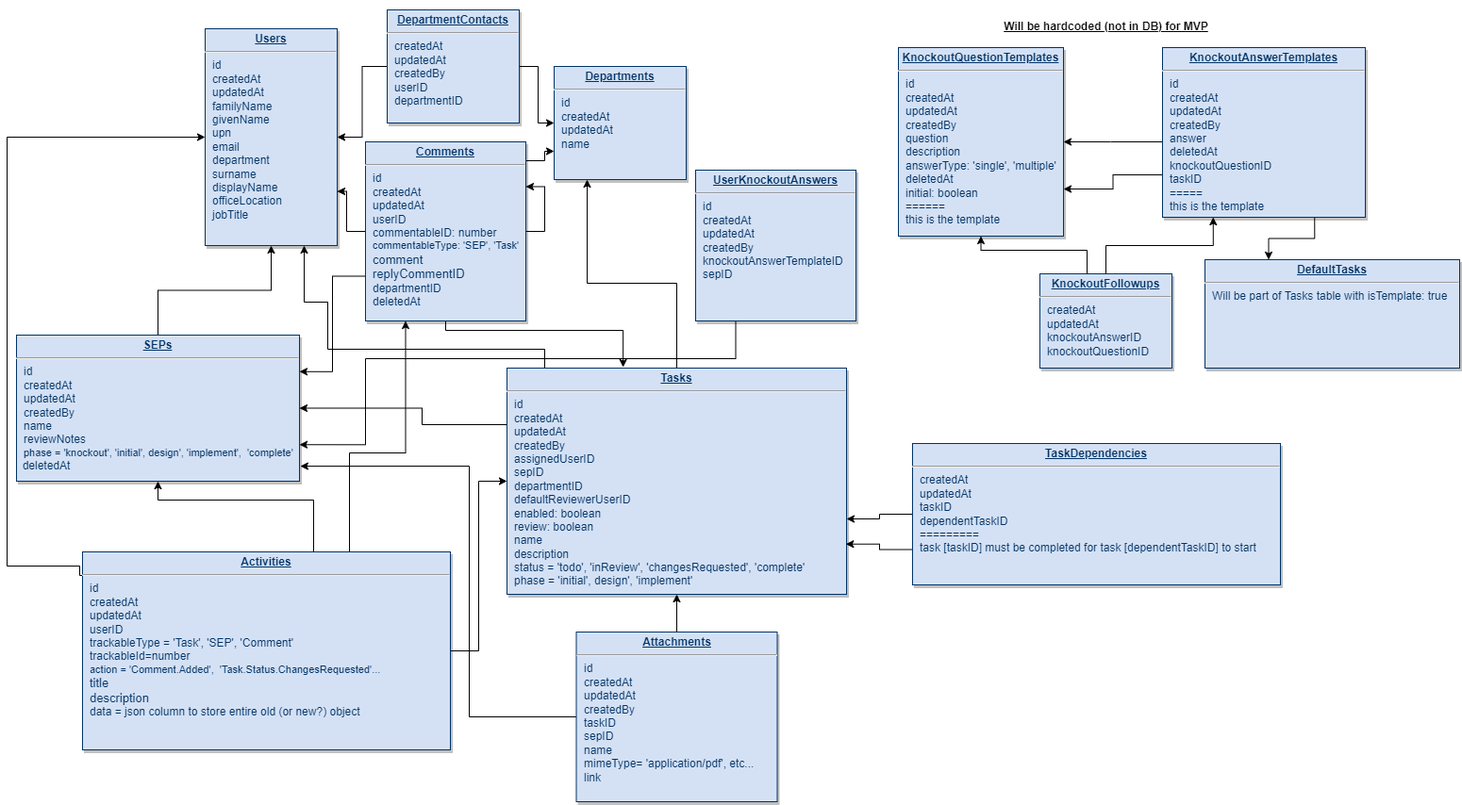
Above: docs/sep-database.drawio.png in BitCoyote/Solution-Enablement-Process (draw.io), before the change. Source tidied: cells renumbered, new cells last; positions are measured from the earlier drawing's top-left corner, leaving out a move shared by most shapes.
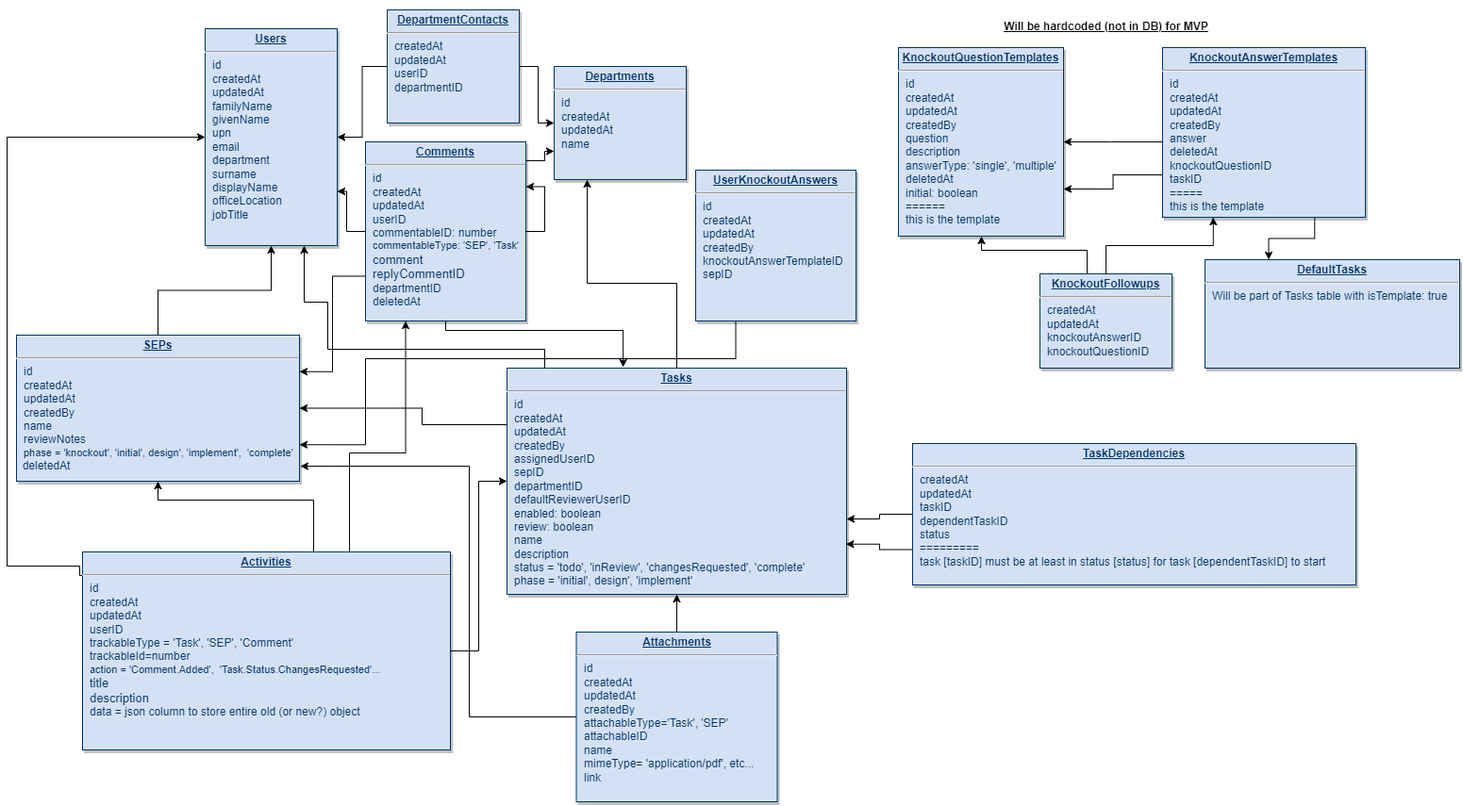
The same diagram one commit later.

Diff of the diagram source:
```diff
@@ -17,7 +17,7 @@
     <mxCell id="6" style="edgeStyle=orthogonalEdgeStyle;rounded=0;jettySize=auto;html=1;" parent="1" edge="1" source="7" target="2">
       <mxGeometry relative="1" as="geometry" />
     </mxCell>
-    <mxCell id="7" value="&lt;p style=&quot;margin: 0px; margin-top: 4px; text-align: center; text-decoration: underline;&quot;&gt;&lt;strong&gt;DepartmentContacts&lt;/strong&gt;&lt;/p&gt;&lt;hr&gt;&lt;p style=&quot;margin: 0px; margin-left: 8px;&quot;&gt;&lt;span style=&quot;background-color: initial;&quot;&gt;createdAt&lt;/span&gt;&lt;br&gt;&lt;/p&gt;&lt;p style=&quot;margin: 0px; margin-left: 8px;&quot;&gt;updatedAt&lt;/p&gt;&lt;p style=&quot;margin: 0px 0px 0px 8px;&quot;&gt;createdBy&lt;/p&gt;&lt;p style=&quot;margin: 0px; margin-left: 8px;&quot;&gt;userID&lt;/p&gt;&lt;p style=&quot;margin: 0px; margin-left: 8px;&quot;&gt;departmentID&lt;/p&gt;&lt;p style=&quot;margin: 0px; margin-left: 8px;&quot;&gt;&lt;br&gt;&lt;/p&gt;" style="verticalAlign=top;align=left;overflow=fill;fontSize=12;fontFamily=Helvetica;html=1;strokeColor=#003366;shadow=1;fillColor=#D4E1F5;fontColor=#003366;" parent="1" vertex="1">
+    <mxCell id="7" value="&lt;p style=&quot;margin: 0px; margin-top: 4px; text-align: center; text-decoration: underline;&quot;&gt;&lt;strong&gt;DepartmentContacts&lt;/strong&gt;&lt;/p&gt;&lt;hr&gt;&lt;p style=&quot;margin: 0px; margin-left: 8px;&quot;&gt;&lt;span style=&quot;background-color: initial;&quot;&gt;createdAt&lt;/span&gt;&lt;br&gt;&lt;/p&gt;&lt;p style=&quot;margin: 0px; margin-left: 8px;&quot;&gt;updatedAt&lt;/p&gt;&lt;p style=&quot;margin: 0px 0px 0px 8px;&quot;&gt;&lt;span style=&quot;background-color: initial;&quot;&gt;userID&lt;/span&gt;&lt;br&gt;&lt;/p&gt;&lt;p style=&quot;margin: 0px; margin-left: 8px;&quot;&gt;departmentID&lt;/p&gt;&lt;p style=&quot;margin: 0px; margin-left: 8px;&quot;&gt;&lt;br&gt;&lt;/p&gt;" style="verticalAlign=top;align=left;overflow=fill;fontSize=12;fontFamily=Helvetica;html=1;strokeColor=#003366;shadow=1;fillColor=#D4E1F5;fontColor=#003366;" parent="1" vertex="1">
       <mxGeometry x="403" y="10" width="140" height="120" as="geometry" />
     </mxCell>
     <mxCell id="8" style="edgeStyle=orthogonalEdgeStyle;rounded=0;jettySize=auto;html=1;entryX=0.25;entryY=1;entryDx=0;entryDy=0;" parent="1" edge="1" source="11" target="4">
@@ -61,7 +61,7 @@
         </Array>
       </mxGeometry>
     </mxCell>
-    <mxCell id="14" value="&lt;p style=&quot;margin: 0px; margin-top: 4px; text-align: center; text-decoration: underline;&quot;&gt;&lt;strong&gt;Attachments&lt;/strong&gt;&lt;/p&gt;&lt;hr&gt;&lt;p style=&quot;margin: 0px; margin-left: 8px;&quot;&gt;id&lt;/p&gt;&lt;p style=&quot;margin: 0px; margin-left: 8px;&quot;&gt;createdAt&lt;/p&gt;&lt;p style=&quot;margin: 0px; margin-left: 8px;&quot;&gt;updatedAt&lt;/p&gt;&lt;p style=&quot;margin: 0px; margin-left: 8px;&quot;&gt;createdBy&lt;/p&gt;&lt;p style=&quot;margin: 0px; margin-left: 8px;&quot;&gt;taskID&lt;/p&gt;&lt;p style=&quot;margin: 0px; margin-left: 8px;&quot;&gt;sepID&lt;/p&gt;&lt;p style=&quot;margin: 0px; margin-left: 8px;&quot;&gt;name&lt;/p&gt;&lt;p style=&quot;margin: 0px; margin-left: 8px;&quot;&gt;mimeType= 'application/pdf', etc...&lt;/p&gt;&lt;p style=&quot;margin: 0px; margin-left: 8px;&quot;&gt;link&lt;/p&gt;" style="verticalAlign=top;align=left;overflow=fill;fontSize=12;fontFamily=Helvetica;html=1;strokeColor=#003366;shadow=1;fillColor=#D4E1F5;fontColor=#003366;" parent="1" vertex="1">
+    <mxCell id="14" value="&lt;p style=&quot;margin: 0px; margin-top: 4px; text-align: center; text-decoration: underline;&quot;&gt;&lt;strong&gt;Attachments&lt;/strong&gt;&lt;/p&gt;&lt;hr&gt;&lt;p style=&quot;margin: 0px; margin-left: 8px;&quot;&gt;id&lt;/p&gt;&lt;p style=&quot;margin: 0px; margin-left: 8px;&quot;&gt;createdAt&lt;/p&gt;&lt;p style=&quot;margin: 0px; margin-left: 8px;&quot;&gt;updatedAt&lt;/p&gt;&lt;p style=&quot;margin: 0px; margin-left: 8px;&quot;&gt;createdBy&lt;/p&gt;&lt;p style=&quot;margin: 0px; margin-left: 8px;&quot;&gt;attachableType='Task', 'SEP'&lt;/p&gt;&lt;p style=&quot;margin: 0px; margin-left: 8px;&quot;&gt;attachableID&lt;/p&gt;&lt;p style=&quot;margin: 0px; margin-left: 8px;&quot;&gt;name&lt;/p&gt;&lt;p style=&quot;margin: 0px; margin-left: 8px;&quot;&gt;mimeType= 'application/pdf', etc...&lt;/p&gt;&lt;p style=&quot;margin: 0px; margin-left: 8px;&quot;&gt;link&lt;/p&gt;" style="verticalAlign=top;align=left;overflow=fill;fontSize=12;fontFamily=Helvetica;html=1;strokeColor=#003366;shadow=1;fillColor=#D4E1F5;fontColor=#003366;" parent="1" vertex="1">
       <mxGeometry x="603.5" y="670" width="213" height="180" as="geometry" />
     </mxCell>
     <mxCell id="15" style="edgeStyle=orthogonalEdgeStyle;rounded=0;jettySize=auto;html=1;exitX=0.5;exitY=0;exitDx=0;exitDy=0;entryX=0.5;entryY=1;entryDx=0;entryDy=0;" parent="1" edge="1" source="16" target="2">
@@ -153,8 +153,8 @@
     <mxCell id="32" style="edgeStyle=orthogonalEdgeStyle;rounded=0;jettySize=auto;html=1;exitX=0;exitY=0.75;exitDx=0;exitDy=0;entryX=0.998;entryY=0.778;entryDx=0;entryDy=0;entryPerimeter=0;" parent="1" edge="1" source="33" target="11">
       <mxGeometry relative="1" as="geometry" />
     </mxCell>
-    <mxCell id="33" value="&lt;p style=&quot;margin: 0px; margin-top: 4px; text-align: center; text-decoration: underline;&quot;&gt;&lt;strong&gt;TaskDependencies&lt;/strong&gt;&lt;/p&gt;&lt;hr&gt;&lt;p style=&quot;margin: 0px; margin-left: 8px;&quot;&gt;createdAt&lt;/p&gt;&lt;p style=&quot;margin: 0px; margin-left: 8px;&quot;&gt;updatedAt&lt;/p&gt;&lt;p style=&quot;margin: 0px; margin-left: 8px;&quot;&gt;taskID&lt;/p&gt;&lt;p style=&quot;margin: 0px; margin-left: 8px;&quot;&gt;dependentTaskID&lt;/p&gt;&lt;p style=&quot;margin: 0px; margin-left: 8px;&quot;&gt;=========&lt;/p&gt;&lt;p style=&quot;margin: 0px; margin-left: 8px;&quot;&gt;task [taskID] must be completed for task [dependentTaskID] to start&lt;/p&gt;" style="verticalAlign=top;align=left;overflow=fill;fontSize=12;fontFamily=Helvetica;html=1;strokeColor=#003366;shadow=1;fillColor=#D4E1F5;fontColor=#003366;" parent="1" vertex="1">
-      <mxGeometry x="960" y="470" width="390" height="150" as="geometry" />
+    <mxCell id="33" value="&lt;p style=&quot;margin: 0px; margin-top: 4px; text-align: center; text-decoration: underline;&quot;&gt;&lt;strong&gt;TaskDependencies&lt;/strong&gt;&lt;/p&gt;&lt;hr&gt;&lt;p style=&quot;margin: 0px; margin-left: 8px;&quot;&gt;createdAt&lt;/p&gt;&lt;p style=&quot;margin: 0px; margin-left: 8px;&quot;&gt;updatedAt&lt;/p&gt;&lt;p style=&quot;margin: 0px; margin-left: 8px;&quot;&gt;taskID&lt;/p&gt;&lt;p style=&quot;margin: 0px; margin-left: 8px;&quot;&gt;dependentTaskID&lt;/p&gt;&lt;p style=&quot;margin: 0px; margin-left: 8px;&quot;&gt;status&lt;/p&gt;&lt;p style=&quot;margin: 0px; margin-left: 8px;&quot;&gt;=========&lt;/p&gt;&lt;p style=&quot;margin: 0px; margin-left: 8px;&quot;&gt;task [taskID] must be at least in status [status] for task [dependentTaskID] to start&lt;/p&gt;" style="verticalAlign=top;align=left;overflow=fill;fontSize=12;fontFamily=Helvetica;html=1;strokeColor=#003366;shadow=1;fillColor=#D4E1F5;fontColor=#003366;" parent="1" vertex="1">
+      <mxGeometry x="960" y="470" width="470" height="150" as="geometry" />
     </mxCell>
     <mxCell id="34" style="edgeStyle=orthogonalEdgeStyle;rounded=0;jettySize=auto;html=1;entryX=0.25;entryY=1;entryDx=0;entryDy=0;" parent="1" edge="1" source="36" target="20">
       <mxGeometry relative="1" as="geometry" />
```
